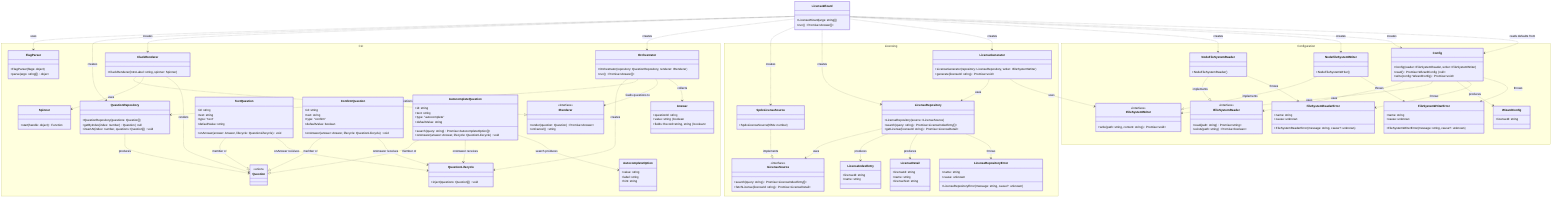
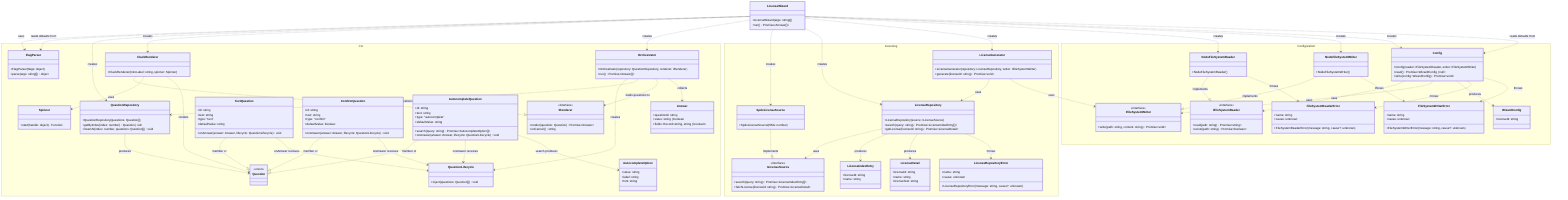
classDiagram
  direction TB

  class LicenseWizard {
    +LicenseWizard(args: string[])
    +run() Promise~Answer[]~
  }

  namespace CLI {
    class FlagParser {
      +FlagParser(flags: object)
      +parse(args: string[]) object
    }

    class Orchestrator {
      +Orchestrator(repository: QuestionRepository, renderer: IRenderer)
      +run() Promise~Answer[]~
    }

    class IRenderer {
      <<interface>>
      +render(question: Question) Promise~Answer~
      +onCancel() string
    }

    class ClackRenderer {
      +ClackRenderer(introLabel: string, spinner: Spinner)
    }

    class Spinner {
      +start(handle: object) Function
    }

    class QuestionRepository {
      +QuestionRepository(questions: Question[])
      +getByIndex(index: number) Question | null
      +insertAt(index: number, questions: Question[]) void
    }

    class QuestionLifecycle {
      +inject(questions: Question[]) void
    }

    class Question {
      <<union>>
    }

    class TextQuestion {
      +id: string
      +text: string
      +type: "text"
      +defaultValue: string
      +onAnswer(answer: Answer, lifecycle: QuestionLifecycle) void
    }

    class ConfirmQuestion {
      +id: string
      +text: string
      +type: "confirm"
      +defaultValue: boolean
      +onAnswer(answer: Answer, lifecycle: QuestionLifecycle) void
    }

    class AutocompleteQuestion {
      +id: string
      +text: string
      +type: "autocomplete"
      +defaultValue: string
      +search(query: string) Promise~AutocompleteOption[]~
      +onAnswer(answer: Answer, lifecycle: QuestionLifecycle) void
    }

    class AutocompleteOption {
      +value: string
      +label: string
      +hint: string
    }

    class Answer {
      +questionId: string
      +value: string | boolean
      +fields: Record~string, string | boolean~
    }
  }

  namespace Licensing {
    class LicenseRepository {
      +LicenseRepository(source: ILicenseSource)
      +search(query: string) Promise~LicenseIndexEntry[]~
      +getLicense(licenseId: string) Promise~LicenseDetail~
    }

    class LicenseRepositoryError {
      +name: string
      +cause: unknown
      +LicenseRepositoryError(message: string, cause?: unknown)
    }

    class ILicenseSource {
      <<interface>>
      +search(query: string) Promise~LicenseIndexEntry[]~
      +fetchLicense(licenseId: string) Promise~LicenseDetail~
    }

    class SpdxLicenseSource {
      +SpdxLicenseSource(ttlMs: number)
    }

    class LicenseIndexEntry {
      +licenseId: string
      +name: string
    }

    class LicenseDetail {
      +licenseId: string
      +name: string
      +licenseText: string
    }

    class LicenseGenerator {
      +LicenseGenerator(repository: LicenseRepository, writer: IFileSystemWriter)
      +generate(licenseId: string) Promise~void~
    }
  }

  namespace Configuration {
    class IFileSystemReader {
      <<interface>>
      +read(path: string) Promise~string~
      +exists(path: string) Promise~boolean~
    }

    class IFileSystemWriter {
      <<interface>>
      +write(path: string, content: string) Promise~void~
    }

    class NodeFileSystemReader {
      +NodeFileSystemReader()
    }

    class NodeFileSystemWriter {
      +NodeFileSystemWriter()
    }

    class FileSystemReaderError {
      +name: string
      +cause: unknown
      +FileSystemReaderError(message: string, cause?: unknown)
    }

    class FileSystemWriterError {
      +name: string
      +cause: unknown
      +FileSystemWriterError(message: string, cause?: unknown)
    }

    class WizardConfig {
      +licenseId: string
    }

    class Config {
      +Config(reader: IFileSystemReader, writer: IFileSystemWriter)
      +read() Promise~WizardConfig | null~
      +write(config: WizardConfig) Promise~void~
    }
  }

  TextQuestion ..|> Question : member of
  ConfirmQuestion ..|> Question : member of
  AutocompleteQuestion ..|> Question : member of
  TextQuestion ..> QuestionLifecycle : onAnswer receives
  ConfirmQuestion ..> QuestionLifecycle : onAnswer receives
  AutocompleteQuestion ..> QuestionLifecycle : onAnswer receives
  Orchestrator ..> QuestionLifecycle : creates
  ClackRenderer ..|> IRenderer : implements
  ClackRenderer ..> Spinner : uses
  LicenseWizard ..> FlagParser : uses
+   LicenseWizard ..> FlagParser : reads defaults from
  LicenseWizard ..> QuestionRepository : creates
  LicenseWizard ..> ClackRenderer : creates
  LicenseWizard ..> Orchestrator : creates
  LicenseWizard ..> SpdxLicenseSource : creates
  LicenseWizard ..> LicenseRepository : creates
  LicenseWizard ..> LicenseGenerator : creates
  Orchestrator ..> QuestionRepository : gets questions from
  Orchestrator ..> IRenderer : feeds questions to
  ClackRenderer ..> Question : renders
  QuestionRepository ..> Question : produces
  AutocompleteQuestion ..> AutocompleteOption : search produces
  Orchestrator ..> Answer : collects
  SpdxLicenseSource ..|> ILicenseSource : implements
  LicenseRepository ..> ILicenseSource : uses
  LicenseRepository ..> LicenseIndexEntry : produces
  LicenseRepository ..> LicenseDetail : produces
  LicenseRepository ..> LicenseRepositoryError : throws
  LicenseGenerator ..> LicenseRepository : uses
  LicenseGenerator ..> IFileSystemWriter : uses
  NodeFileSystemReader ..|> IFileSystemReader : implements
  NodeFileSystemWriter ..|> IFileSystemWriter : implements
  NodeFileSystemReader ..> FileSystemReaderError : throws
  NodeFileSystemWriter ..> FileSystemWriterError : throws
  Config ..> IFileSystemReader : uses
  Config ..> IFileSystemWriter : uses
  Config ..> WizardConfig : produces
  Config ..> FileSystemReaderError : throws
  Config ..> FileSystemWriterError : throws
  LicenseWizard ..> NodeFileSystemReader : creates
  LicenseWizard ..> NodeFileSystemWriter : creates
  LicenseWizard ..> Config : creates
  LicenseWizard ..> Config : reads defaults from
